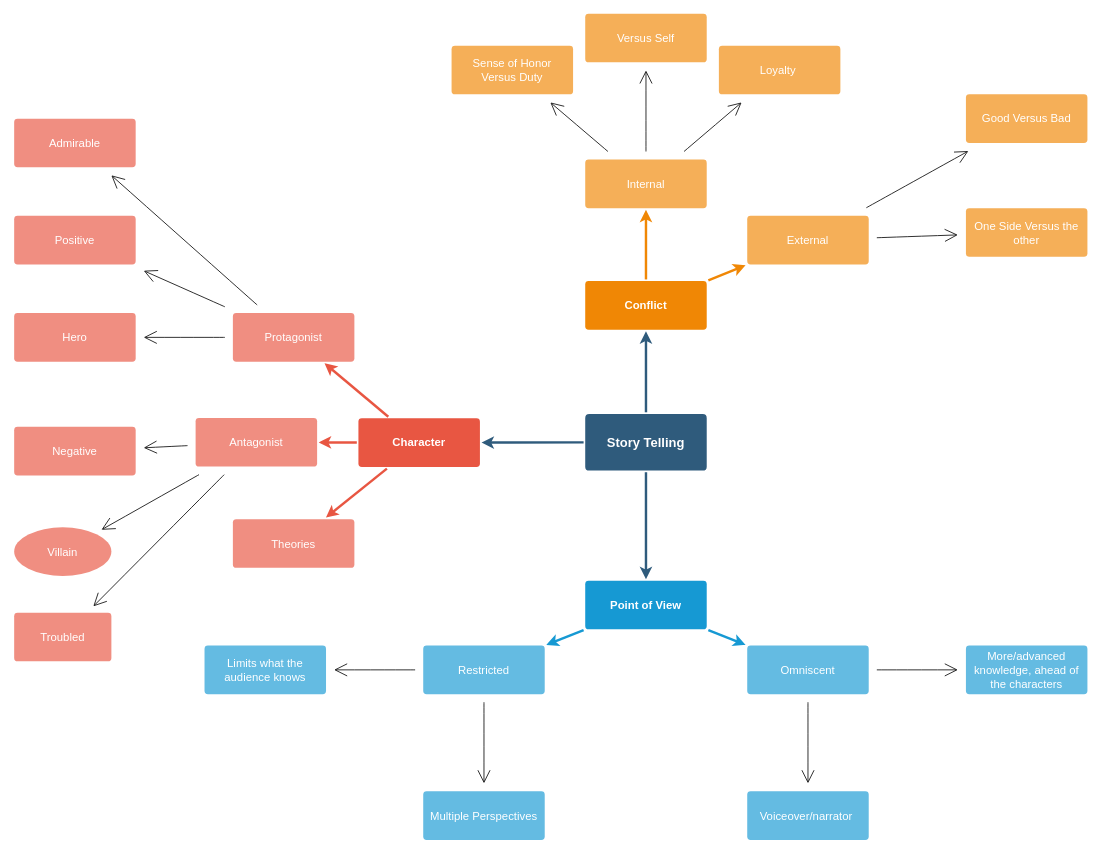
Above: draw/Attempt.2.drawio in RaneyDazed/BUS-225-Mind-Map (draw.io), before the change. Source tidied: cells renumbered, new cells numbered last; positions are measured from the earlier drawing's top-left corner, leaving out a move shared by most shapes. Both pictures are drawn from the tidied source at 81%, with x=0, y=0 at pixel (14, 13).
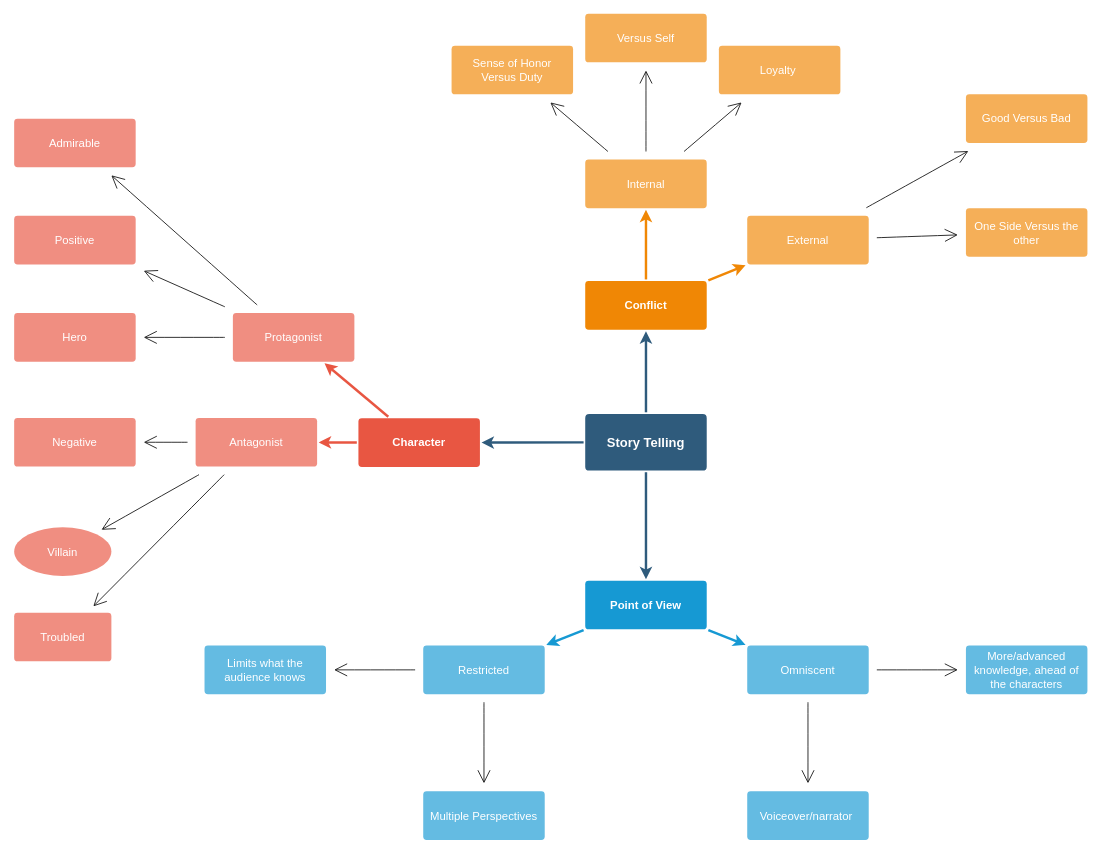
The same page after the edit.

The change refers to these unchanged cells:
```xml
<mxCell id="9" value="Character" style="rounded=1;whiteSpace=wrap;html=1;shadow=0;labelBackgroundColor=none;strokeColor=none;strokeWidth=3;fillColor=#e85642;fontFamily=Helvetica;fontSize=14;fontColor=#FFFFFF;align=center;spacing=5;fontStyle=1;arcSize=7;perimeterSpacing=2;" parent="1" vertex="1">
  <mxGeometry x="425" y="500" width="150" height="60" as="geometry" />
</mxCell>
```

Diff of the diagram source:
```diff
@@
-    <mxCell id="8" style="edgeStyle=none;rounded=1;jumpStyle=none;html=1;shadow=0;labelBackgroundColor=none;startArrow=none;startFill=0;jettySize=auto;strokeColor=#E85642;strokeWidth=3;fontFamily=Helvetica;fontSize=14;fontColor=#FFFFFF;spacing=5;fontStyle=1;fillColor=#b0e3e6;" parent="1" edge="1" source="9" target="10">
-      <mxGeometry relative="1" as="geometry" />
-    </mxCell>
@@
-    <mxCell id="10" value="Theories" style="rounded=1;whiteSpace=wrap;html=1;shadow=0;labelBackgroundColor=none;strokeColor=none;strokeWidth=3;fillColor=#f08e81;fontFamily=Helvetica;fontSize=14;fontColor=#FFFFFF;align=center;spacing=5;fontStyle=0;arcSize=7;perimeterSpacing=2;" parent="1" vertex="1">
-      <mxGeometry x="270" y="624.5" width="150" height="60" as="geometry" />
-    </mxCell>
@@
     <mxCell id="38" value="Negative" style="rounded=1;whiteSpace=wrap;html=1;shadow=0;labelBackgroundColor=none;strokeColor=none;strokeWidth=3;fillColor=#f08e81;fontFamily=Helvetica;fontSize=14;fontColor=#FFFFFF;align=center;spacing=5;fontStyle=0;arcSize=7;perimeterSpacing=2;" parent="1" vertex="1">
-      <mxGeometry y="510.5" width="150" height="60" as="geometry" />
+      <mxGeometry y="499.5" width="150" height="60" as="geometry" />
     </mxCell>
```
